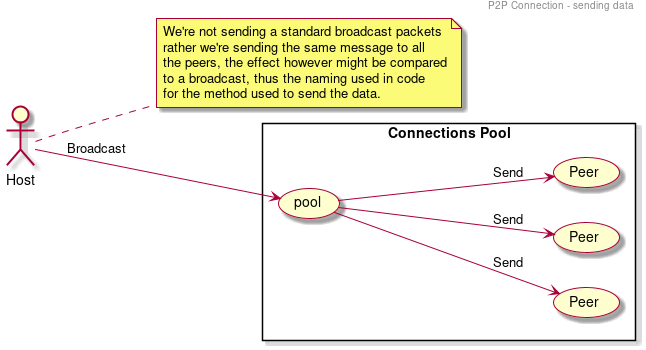
This is docs/send_data.png from Zamerykanizowana/replicated-file-system, a PlantUML export, as it was before one commit.
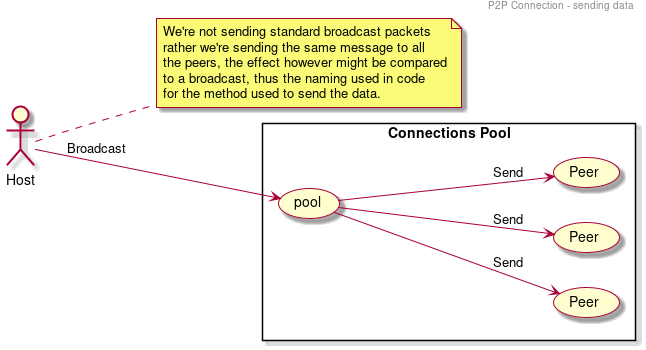
After the commit.

Commit message:
add replication diagram

The edit, as a diff of the source:
```diff
@@ -21,7 +21,7 @@
 pool --> p3 : Send
 
 note right of host
-We're not sending a standard broadcast packets
+We're not sending standard broadcast packets
 rather we're sending the same message to all
 the peers, the effect however might be compared
 to a broadcast, thus the naming used in code
```
